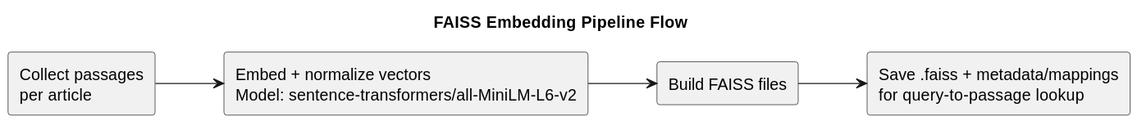
MAI-Glockchen/Natural_Language_Processing keeps this PlantUML diagram as docu/faiss_embedding_flow.svg. Above is the earlier version. The source it was exported from:
```plantuml
@startuml
title FAISS Embedding Pipeline Flow
left to right direction

rectangle "Collect passages\nper article" as A
rectangle "Embed + normalize vectors\nModel: sentence-transformers/all-MiniLM-L6-v2" as B
rectangle "Build FAISS files" as C
rectangle "Save .faiss + metadata/mappings\nfor query-to-passage lookup" as D

A --> B
B --> C
C --> D
@enduml
```
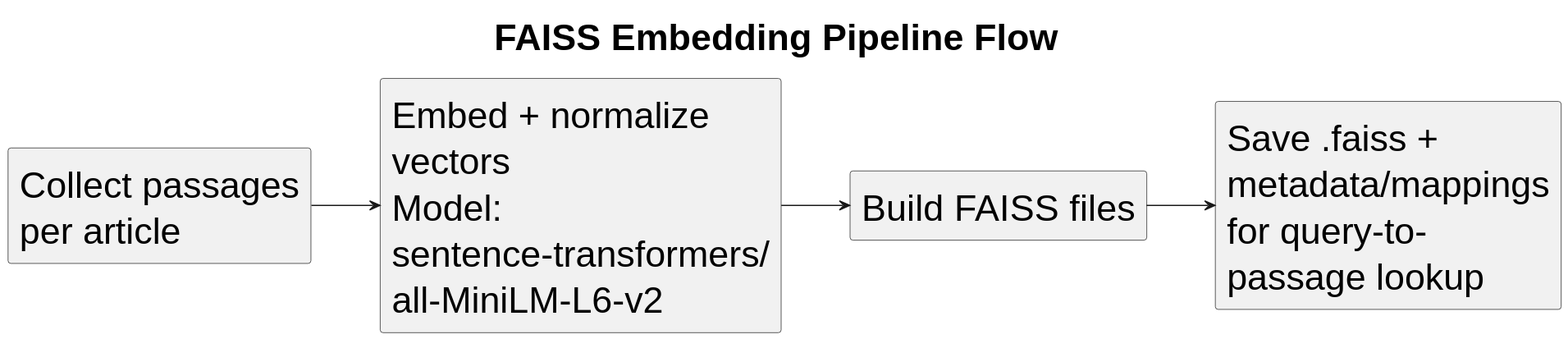
After the change.

The edit, as a diff of the source:
```diff
@@ -1,11 +1,13 @@
 @startuml
 title FAISS Embedding Pipeline Flow
 left to right direction
+skinparam defaultFontSize 32
+skinparam titleFontSize 32
 
 rectangle "Collect passages\nper article" as A
-rectangle "Embed + normalize vectors\nModel: sentence-transformers/all-MiniLM-L6-v2" as B
+rectangle "Embed + normalize\nvectors\nModel:\nsentence-transformers/\nall-MiniLM-L6-v2" as B
 rectangle "Build FAISS files" as C
-rectangle "Save .faiss + metadata/mappings\nfor query-to-passage lookup" as D
+rectangle "Save .faiss +\nmetadata/mappings\nfor query-to-\npassage lookup" as D
 
 A --> B
 B --> C
```
